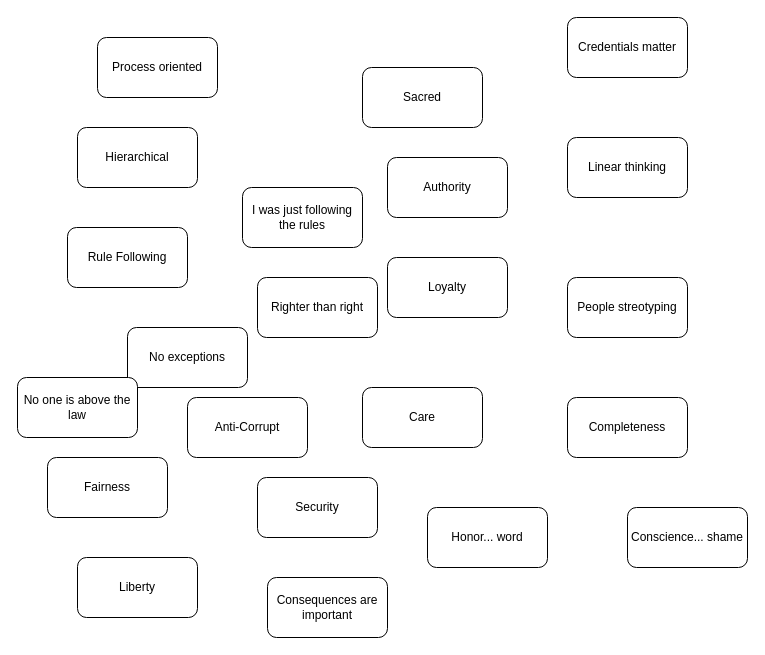
The draw.io diagram memespace_performance.drawio in codeaudit/1, before the edit. Source tidied: cells renumbered, new cells numbered last; positions are measured from the earlier drawing's top-left corner, leaving out a move shared by most shapes. Both pictures are drawn from the tidied source at 100%, with x=0, y=0 at pixel (17, 17).
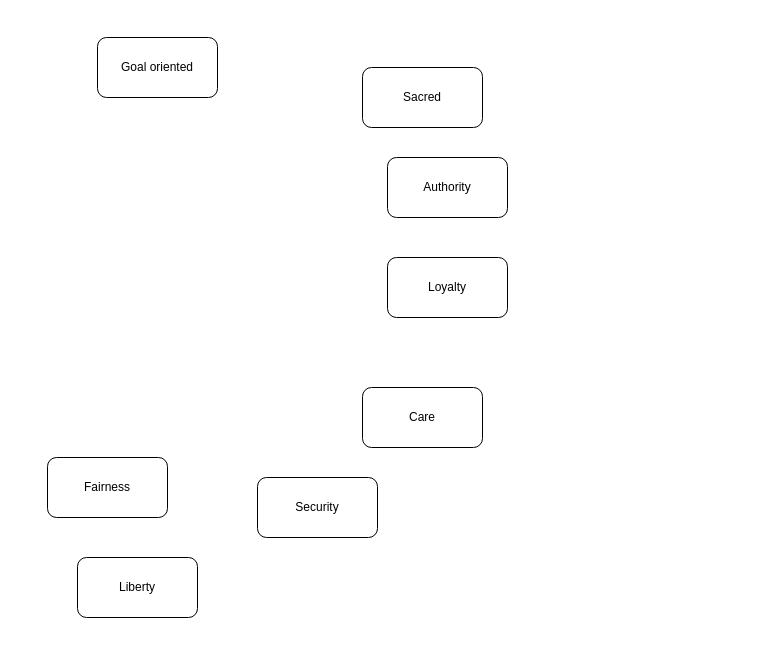
After the change.

What changed in the source:
```diff
@@
-    <mxCell id="9" value="Process oriented" style="rounded=1;whiteSpace=wrap;html=1;" parent="1" vertex="1">
+    <mxCell id="9" value="Goal oriented" style="rounded=1;whiteSpace=wrap;html=1;" parent="1" vertex="1">
       <mxGeometry x="80" y="20" width="120" height="60" as="geometry" />
     </mxCell>
-    <mxCell id="10" value="Hierarchical" style="rounded=1;whiteSpace=wrap;html=1;" parent="1" vertex="1">
-      <mxGeometry x="60" y="110" width="120" height="60" as="geometry" />
-    </mxCell>
-    <mxCell id="11" value="Rule Following" style="rounded=1;whiteSpace=wrap;html=1;" parent="1" vertex="1">
-      <mxGeometry x="50" y="210" width="120" height="60" as="geometry" />
-    </mxCell>
-    <mxCell id="12" value="Credentials matter" style="rounded=1;whiteSpace=wrap;html=1;" parent="1" vertex="1">
-      <mxGeometry x="550" width="120" height="60" as="geometry" />
-    </mxCell>
-    <mxCell id="13" value="Linear thinking" style="rounded=1;whiteSpace=wrap;html=1;" parent="1" vertex="1">
-      <mxGeometry x="550" y="120" width="120" height="60" as="geometry" />
-    </mxCell>
-    <mxCell id="14" value="No exceptions" style="rounded=1;whiteSpace=wrap;html=1;" parent="1" vertex="1">
-      <mxGeometry x="110" y="310" width="120" height="60" as="geometry" />
-    </mxCell>
-    <mxCell id="15" value="People streotyping" style="rounded=1;whiteSpace=wrap;html=1;" parent="1" vertex="1">
-      <mxGeometry x="550" y="260" width="120" height="60" as="geometry" />
-    </mxCell>
-    <mxCell id="16" value="Completeness" style="rounded=1;whiteSpace=wrap;html=1;" parent="1" vertex="1">
-      <mxGeometry x="550" y="380" width="120" height="60" as="geometry" />
-    </mxCell>
-    <mxCell id="17" value="Anti-Corrupt" style="rounded=1;whiteSpace=wrap;html=1;" parent="1" vertex="1">
-      <mxGeometry x="170" y="380" width="120" height="60" as="geometry" />
-    </mxCell>
-    <mxCell id="18" value="Consequences are important" style="rounded=1;whiteSpace=wrap;html=1;" parent="1" vertex="1">
-      <mxGeometry x="250" y="560" width="120" height="60" as="geometry" />
-    </mxCell>
-    <mxCell id="19" value="No one is above the law" style="rounded=1;whiteSpace=wrap;html=1;" parent="1" vertex="1">
-      <mxGeometry y="360" width="120" height="60" as="geometry" />
-    </mxCell>
-    <mxCell id="20" value="Honor... word" style="rounded=1;whiteSpace=wrap;html=1;" parent="1" vertex="1">
-      <mxGeometry x="410" y="490" width="120" height="60" as="geometry" />
-    </mxCell>
-    <mxCell id="21" value="Conscience... shame" style="rounded=1;whiteSpace=wrap;html=1;" parent="1" vertex="1">
-      <mxGeometry x="610" y="490" width="120" height="60" as="geometry" />
-    </mxCell>
-    <mxCell id="22" value="I was just following the rules" style="rounded=1;whiteSpace=wrap;html=1;" parent="1" vertex="1">
-      <mxGeometry x="225" y="170" width="120" height="60" as="geometry" />
-    </mxCell>
-    <mxCell id="23" value="Righter than right" style="rounded=1;whiteSpace=wrap;html=1;" parent="1" vertex="1">
-      <mxGeometry x="240" y="260" width="120" height="60" as="geometry" />
-    </mxCell>
```
